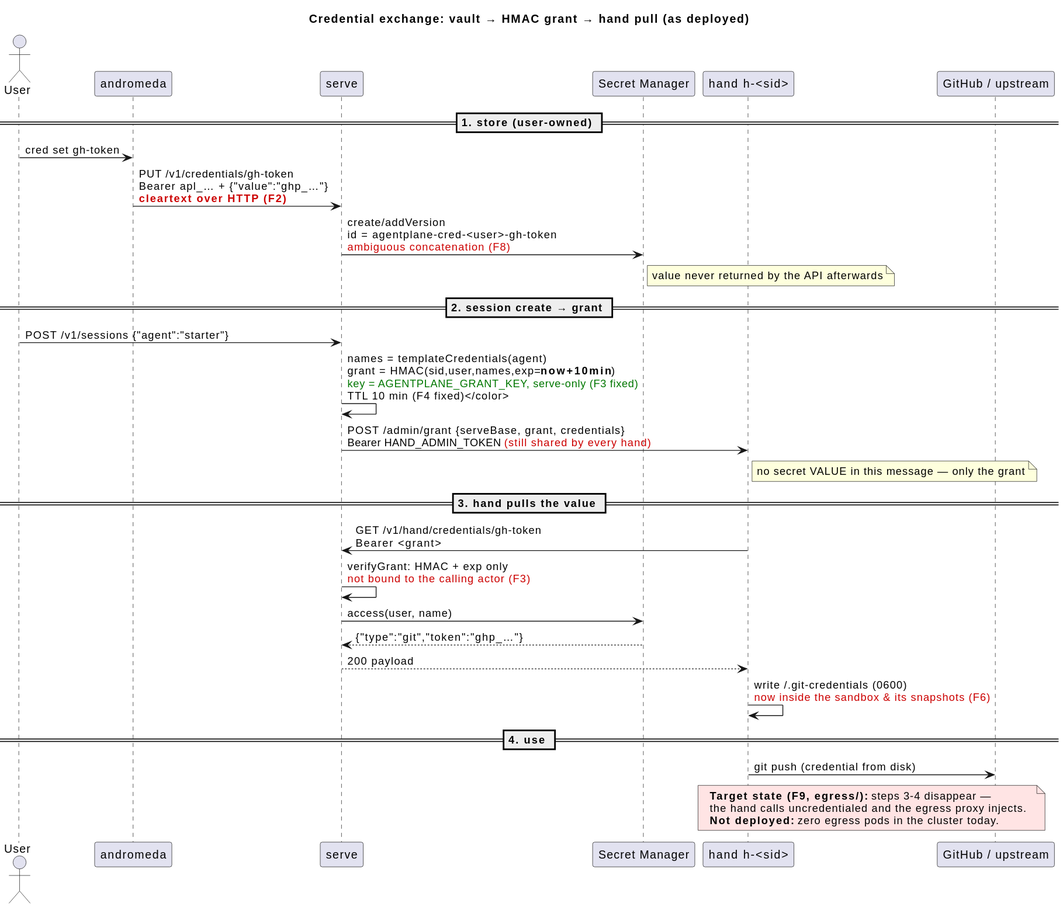
This is agentplane/docs/threat-model/seq-vault-grant.svg from agents-community/supercluster, a PlantUML export, as it was before one commit.
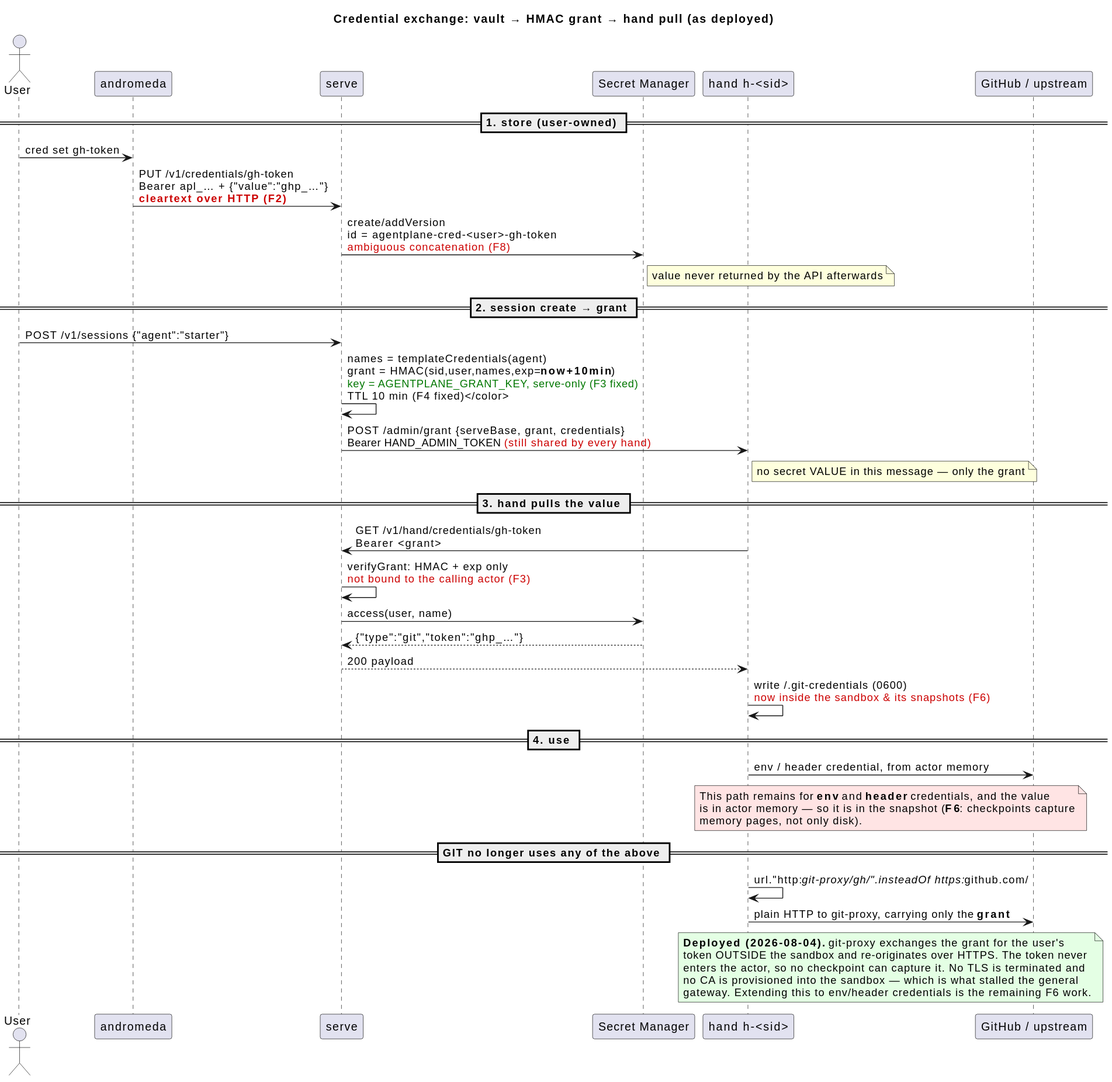
The same file after the commit.

Commit message:
docs: bring the README and threat model back in line with the cluster

Change to the diagram source:
```diff
@@ -29,10 +29,21 @@
 hand -> hand : write ~/.git-credentials (0600)\n<color:#CC0000>now inside the sandbox & its snapshots (F6)</color>
 
 == 4. use ==
-hand -> ext : git push (credential from disk)
+hand -> ext : env / header credential, from actor memory
 note over hand, ext #FFE4E4
-  <b>Target state (F9, egress/):</b> steps 3-4 disappear —
-  the hand calls uncredentialed and the egress proxy injects.
-  <b>Not deployed:</b> zero egress pods in the cluster today.
+  This path remains for <b>env</b> and <b>header</b> credentials, and the value
+  is in actor memory — so it is in the snapshot (<b>F6</b>: checkpoints capture
+  memory pages, not only disk).
+end note
+
+== GIT no longer uses any of the above ==
+hand -> hand : url."http://git-proxy/gh/".insteadOf https://github.com/
+hand -> ext : plain HTTP to git-proxy, carrying only the <b>grant</b>
+note over hand, ext #E4FFE4
+  <b>Deployed (2026-08-04).</b> git-proxy exchanges the grant for the user's
+  token OUTSIDE the sandbox and re-originates over HTTPS. The token never
+  enters the actor, so no checkpoint can capture it. No TLS is terminated and
+  no CA is provisioned into the sandbox — which is what stalled the general
+  gateway. Extending this to env/header credentials is the remaining F6 work.
 end note
 @enduml
```
